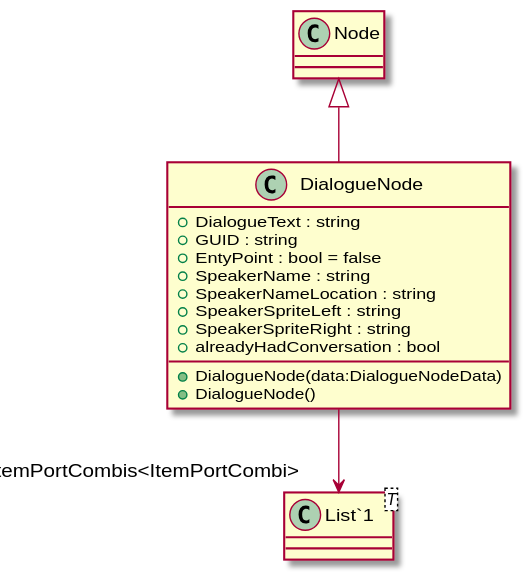
This is UML/Dialogue/Editor/Nodes/DialogueNode.svg from robinsuurs/Mallow_Mysterie, a PlantUML export, as it was before one commit.
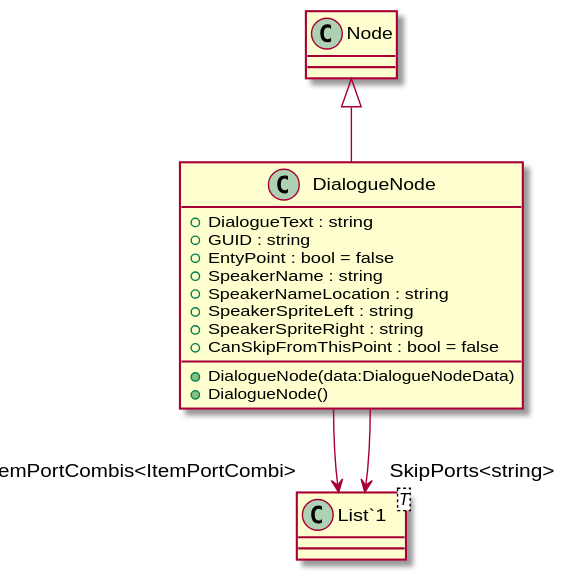
Above is the later version.

Change to the diagram source:
```diff
@@ -7,7 +7,7 @@
     + SpeakerNameLocation : string
     + SpeakerSpriteLeft : string
     + SpeakerSpriteRight : string
-    + alreadyHadConversation : bool
+    + CanSkipFromThisPoint : bool = false
     + DialogueNode(data:DialogueNodeData)
     + DialogueNode()
 }
@@ -15,4 +15,5 @@
 }
 Node <|-- DialogueNode
 DialogueNode --> "ItemPortCombis<ItemPortCombi>" "List`1"
+DialogueNode --> "SkipPorts<string>" "List`1"
 @enduml
```
